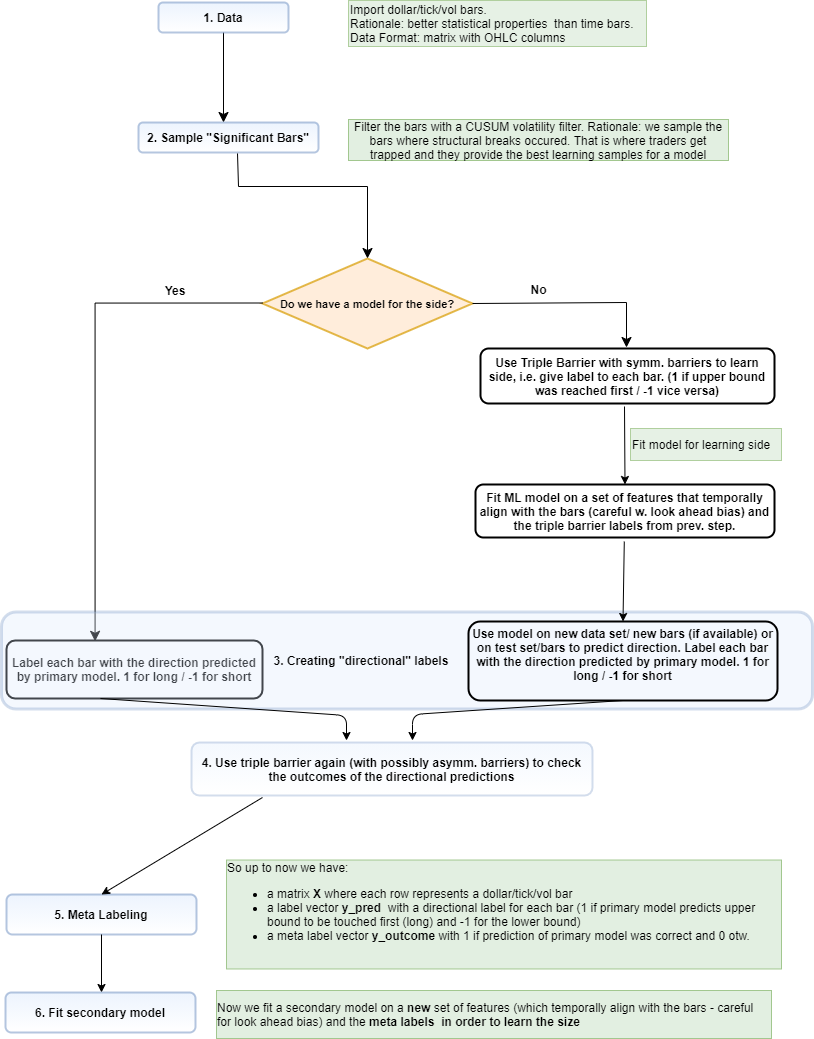
The draw.io diagram Graphics/overview.png in aarzt21/MasterThesisETHZ, before a commit. Source tidied: cells renumbered, new cells last; positions are measured from the earlier drawing's top-left corner, leaving out a move shared by most shapes.
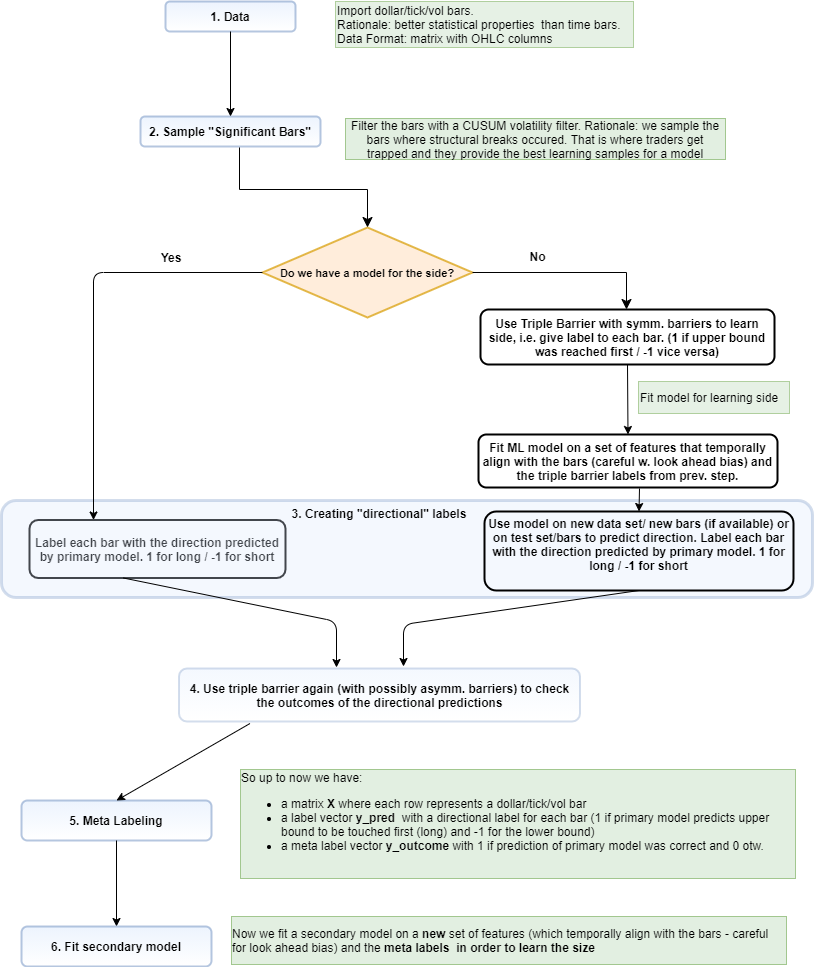
After the change.

What changed in the source:
```diff
@@ -2,130 +2,121 @@
   <root>
     <mxCell id="0" />
     <mxCell id="1" parent="0" />
-    <mxCell id="2" style="rounded=0;html=1;jettySize=auto;fontSize=11;endArrow=classic;endFill=1;endSize=8;strokeWidth=1;shadow=0;labelBackgroundColor=none;edgeStyle=orthogonalEdgeStyle;" parent="1" edge="1" source="3">
-      <mxGeometry relative="1" as="geometry">
-        <mxPoint x="222" y="122" as="targetPoint" />
-      </mxGeometry>
-    </mxCell>
     <mxCell id="3" value="&lt;b&gt;1. Data&lt;/b&gt;" style="rounded=1;whiteSpace=wrap;html=1;fontSize=12;glass=0;strokeWidth=2;shadow=0;fillColor=#dae8fc;strokeColor=#6c8ebf;gradientColor=#ffffff;opacity=50;" parent="1" vertex="1">
-      <mxGeometry x="157" y="2" width="130" height="30" as="geometry" />
+      <mxGeometry x="164" y="-48" width="130" height="30" as="geometry" />
     </mxCell>
     <mxCell id="4" value="Filter the bars with a CUSUM volatility filter. Rationale: we sample the bars where structural breaks occured. That is where traders get trapped and they provide the best learning samples for a model" style="text;html=1;strokeColor=#82b366;fillColor=#d5e8d4;align=center;verticalAlign=middle;whiteSpace=wrap;rounded=0;opacity=70;" parent="1" vertex="1">
-      <mxGeometry x="347" y="119" width="380" height="41" as="geometry" />
+      <mxGeometry x="344" y="69" width="380" height="41" as="geometry" />
     </mxCell>
     <mxCell id="5" value="Import dollar/tick/vol bars. &lt;br&gt;Rationale: better statistical properties&amp;nbsp; than time bars.&lt;br&gt;Data Format: matrix with OHLC columns" style="text;html=1;strokeColor=#82b366;fillColor=#d5e8d4;align=left;verticalAlign=middle;whiteSpace=wrap;rounded=0;opacity=60;" parent="1" vertex="1">
-      <mxGeometry x="347" width="298" height="46" as="geometry" />
+      <mxGeometry x="334" y="-48" width="298" height="46" as="geometry" />
     </mxCell>
     <mxCell id="6" value="&lt;b&gt;2. Sample &quot;Significant Bars&quot;&lt;/b&gt;" style="rounded=1;whiteSpace=wrap;html=1;fontSize=12;glass=0;strokeWidth=2;shadow=0;fillColor=#dae8fc;strokeColor=#6c8ebf;gradientColor=#ffffff;opacity=50;" parent="1" vertex="1">
-      <mxGeometry x="137" y="122" width="180" height="30" as="geometry" />
+      <mxGeometry x="139" y="67" width="180" height="30" as="geometry" />
     </mxCell>
     <mxCell id="7" value="&lt;font size=&quot;1&quot;&gt;&lt;b style=&quot;font-size: 11px&quot;&gt;Do we have a model for the side?&lt;/b&gt;&lt;/font&gt;" style="rhombus;whiteSpace=wrap;html=1;strokeWidth=2;opacity=70;fillColor=#ffe6cc;strokeColor=#d79b00;" parent="1" vertex="1">
-      <mxGeometry x="261" y="258" width="210" height="90" as="geometry" />
+      <mxGeometry x="261" y="178" width="210" height="90" as="geometry" />
     </mxCell>
-    <mxCell id="8" style="rounded=0;html=1;jettySize=auto;fontSize=11;endArrow=classic;endFill=1;endSize=8;strokeWidth=1;shadow=0;labelBackgroundColor=none;edgeStyle=orthogonalEdgeStyle;entryX=0.5;entryY=0;entryDx=0;entryDy=0;exitX=0.55;exitY=1.033;exitDx=0;exitDy=0;exitPerimeter=0;" parent="1" edge="1" source="6" target="7">
+    <mxCell id="8" style="rounded=0;html=1;jettySize=auto;fontSize=11;endArrow=classic;endFill=1;endSize=8;strokeWidth=1;shadow=0;labelBackgroundColor=none;edgeStyle=orthogonalEdgeStyle;exitX=0.55;exitY=1.033;exitDx=0;exitDy=0;exitPerimeter=0;" parent="1" edge="1" source="6">
       <mxGeometry relative="1" as="geometry">
+        <mxPoint x="366" y="178" as="targetPoint" />
         <Array as="points">
-          <mxPoint x="237" y="153" />
-          <mxPoint x="237" y="186" />
-          <mxPoint x="366" y="186" />
+          <mxPoint x="238" y="140" />
+          <mxPoint x="366" y="140" />
         </Array>
       </mxGeometry>
     </mxCell>
-    <mxCell id="9" style="rounded=0;html=1;jettySize=auto;fontSize=11;endArrow=classic;endFill=1;endSize=8;strokeWidth=1;shadow=0;labelBackgroundColor=none;edgeStyle=orthogonalEdgeStyle;entryX=0.346;entryY=0.014;entryDx=0;entryDy=0;entryPerimeter=0;" parent="1" edge="1" target="13">
-      <mxGeometry relative="1" as="geometry">
-        <mxPoint x="261" y="302.5" as="sourcePoint" />
-        <Array as="points">
-          <mxPoint x="94" y="303" />
-        </Array>
-      </mxGeometry>
-    </mxCell>
-    <mxCell id="10" style="rounded=0;html=1;jettySize=auto;fontSize=11;endArrow=classic;endFill=1;endSize=8;strokeWidth=1;shadow=0;labelBackgroundColor=none;edgeStyle=orthogonalEdgeStyle;exitX=1;exitY=0.5;exitDx=0;exitDy=0;" parent="1" edge="1" source="7">
+    <mxCell id="10" style="rounded=0;html=1;jettySize=auto;fontSize=11;endArrow=classic;endFill=1;endSize=8;strokeWidth=1;shadow=0;labelBackgroundColor=none;edgeStyle=orthogonalEdgeStyle;exitX=1;exitY=0.5;exitDx=0;exitDy=0;entryX=0.5;entryY=0;entryDx=0;entryDy=0;" parent="1" edge="1" source="7" target="14">
       <mxGeometry relative="1" as="geometry">
-        <mxPoint x="625" y="347" as="targetPoint" />
         <Array as="points">
-          <mxPoint x="471" y="302" />
-          <mxPoint x="625" y="302" />
+          <mxPoint x="625" y="223" />
         </Array>
       </mxGeometry>
     </mxCell>
     <mxCell id="11" value="&lt;b&gt;Yes&lt;/b&gt;" style="text;html=1;strokeColor=none;fillColor=none;align=center;verticalAlign=middle;whiteSpace=wrap;rounded=0;opacity=70;" parent="1" vertex="1">
-      <mxGeometry x="154" y="280" width="40" height="20" as="geometry" />
+      <mxGeometry x="150" y="198" width="40" height="20" as="geometry" />
     </mxCell>
     <mxCell id="12" value="&lt;b&gt;No&lt;/b&gt;" style="text;html=1;align=center;verticalAlign=middle;" parent="1" vertex="1">
-      <mxGeometry x="524" y="280" width="26" height="18" as="geometry" />
+      <mxGeometry x="523" y="198" width="26" height="18" as="geometry" />
     </mxCell>
     <mxCell id="13" value="&lt;b&gt;Label each bar with the direction predicted by primary model. 1 for long / -1 for short&lt;/b&gt;" style="rounded=1;whiteSpace=wrap;html=1;fontSize=12;glass=0;strokeWidth=2;shadow=0;" parent="1" vertex="1">
-      <mxGeometry x="5" y="640" width="256" height="58" as="geometry" />
+      <mxGeometry x="28" y="470.5" width="256" height="58" as="geometry" />
     </mxCell>
     <mxCell id="14" value="&lt;b&gt;Use Triple Barrier with symm. barriers to learn side, i.e. give label to each bar. (1 if upper bound was reached first / -1 vice versa)&lt;/b&gt;" style="rounded=1;whiteSpace=wrap;html=1;fontSize=12;glass=0;strokeWidth=2;shadow=0;" parent="1" vertex="1">
-      <mxGeometry x="479" y="348" width="294" height="55" as="geometry" />
+      <mxGeometry x="479" y="260" width="294" height="55" as="geometry" />
     </mxCell>
     <mxCell id="15" style="edgeStyle=orthogonalEdgeStyle;rounded=0;orthogonalLoop=1;jettySize=auto;html=1;exitX=0.5;exitY=1;exitDx=0;exitDy=0;endArrow=classic;endFill=1;strokeColor=#000000;strokeWidth=1;" parent="1" edge="1" source="7" target="7">
       <mxGeometry relative="1" as="geometry" />
     </mxCell>
     <mxCell id="16" style="rounded=1;whiteSpace=wrap;html=1;strokeWidth=3;opacity=30;strokeColor=#6c8ebf;fillColor=#dae8fc;" parent="1" vertex="1">
-      <mxGeometry y="611.5" width="811" height="97" as="geometry" />
+      <mxGeometry y="451" width="811" height="97" as="geometry" />
     </mxCell>
     <mxCell id="17" value="&lt;b&gt;3. Creating &quot;directional&quot; labels&lt;/b&gt;" style="text;html=1;strokeColor=none;fillColor=none;align=center;verticalAlign=middle;whiteSpace=wrap;rounded=0;opacity=30;" parent="1" vertex="1">
-      <mxGeometry x="230" y="650" width="260" height="20" as="geometry" />
+      <mxGeometry x="248" y="454" width="260" height="20" as="geometry" />
     </mxCell>
     <mxCell id="18" value="&lt;b&gt;5. Meta Labeling&lt;/b&gt;" style="rounded=1;whiteSpace=wrap;html=1;fontSize=12;glass=0;strokeWidth=2;shadow=0;fillColor=#dae8fc;strokeColor=#6c8ebf;gradientColor=#ffffff;opacity=50;" parent="1" vertex="1">
-      <mxGeometry x="5" y="894" width="190" height="40" as="geometry" />
+      <mxGeometry x="20" y="751" width="190" height="40" as="geometry" />
     </mxCell>
-    <mxCell id="19" style="endArrow=classic;html=1;strokeColor=#000000;strokeWidth=1;entryX=0.5;entryY=0;entryDx=0;entryDy=0;" parent="1" edge="1" target="20">
-      <mxGeometry relative="1" as="geometry">
-        <mxPoint x="623" y="406" as="sourcePoint" />
-      </mxGeometry>
+    <mxCell id="19" style="endArrow=classic;html=1;strokeColor=#000000;strokeWidth=1;entryX=0.5;entryY=0;entryDx=0;entryDy=0;exitX=0.5;exitY=1;exitDx=0;exitDy=0;" parent="1" edge="1" source="14" target="20">
+      <mxGeometry relative="1" as="geometry" />
     </mxCell>
     <mxCell id="20" value="&lt;b&gt;Fit ML model on a set of features that temporally align with the bars (careful w. look ahead bias) and the triple barrier labels from prev. step.&lt;/b&gt;" style="rounded=1;whiteSpace=wrap;html=1;strokeWidth=2;gradientColor=#ffffff;fillColor=none;" parent="1" vertex="1">
-      <mxGeometry x="474" y="484" width="299" height="53" as="geometry" />
+      <mxGeometry x="477" y="385" width="299" height="53" as="geometry" />
     </mxCell>
     <mxCell id="21" value="Fit model for learning side" style="text;html=1;strokeColor=#82b366;fillColor=#d5e8d4;align=left;verticalAlign=middle;whiteSpace=wrap;rounded=0;opacity=60;" parent="1" vertex="1">
-      <mxGeometry x="629" y="428" width="151" height="32" as="geometry" />
+      <mxGeometry x="637" y="332" width="151" height="32" as="geometry" />
     </mxCell>
     <mxCell id="22" style="endArrow=classic;html=1;strokeColor=#000000;strokeWidth=1;entryX=0.5;entryY=0;entryDx=0;entryDy=0;" parent="1" edge="1" target="23">
       <mxGeometry relative="1" as="geometry">
-        <mxPoint x="622.8" y="541" as="sourcePoint" />
+        <mxPoint x="638" y="439" as="sourcePoint" />
       </mxGeometry>
     </mxCell>
     <mxCell id="23" value="&lt;b&gt;Use model on new data set/ new bars (if available) or on test set/bars to predict direction.&amp;nbsp;&lt;/b&gt;&lt;b&gt;Label each bar with the direction predicted by primary model. 1 for long / -1 for short&lt;/b&gt;&lt;b&gt;&lt;br&gt;&lt;br&gt;&lt;/b&gt;" style="rounded=1;whiteSpace=wrap;html=1;strokeWidth=2;gradientColor=#ffffff;fillColor=none;" parent="1" vertex="1">
-      <mxGeometry x="467" y="621" width="309" height="79" as="geometry" />
+      <mxGeometry x="483" y="462" width="309" height="79" as="geometry" />
     </mxCell>
     <mxCell id="24" style="endArrow=classic;html=1;strokeColor=#000000;strokeWidth=1;exitX=0.177;exitY=1.038;exitDx=0;exitDy=0;exitPerimeter=0;entryX=0.5;entryY=0;entryDx=0;entryDy=0;" parent="1" edge="1" source="28" target="18">
       <mxGeometry relative="1" as="geometry" />
     </mxCell>
     <mxCell id="25" value="&lt;div style=&quot;text-align: left&quot;&gt;&lt;span&gt;So up to now we have:&lt;/span&gt;&lt;ul&gt;&lt;li&gt;a matrix &lt;b&gt;X&amp;nbsp;&lt;/b&gt;where each row represents a dollar/tick/vol bar&amp;nbsp;&lt;/li&gt;&lt;li&gt;a label vector &lt;b&gt;y_pred&amp;nbsp;&lt;/b&gt;&amp;nbsp;with a directional label for each bar&amp;nbsp;(1 if primary model predicts upper bound&amp;nbsp;to be touched first (long) and -1 for the lower bound)&lt;/li&gt;&lt;li&gt;a meta label vector &lt;b&gt;y_outcome &lt;/b&gt;with 1 if prediction of primary model was correct and 0 otw.&lt;/li&gt;&lt;/ul&gt;&lt;br&gt;&lt;/div&gt;" style="text;html=1;strokeColor=#82b366;fillColor=#d5e8d4;align=center;verticalAlign=middle;whiteSpace=wrap;rounded=0;opacity=70;" parent="1" vertex="1">
-      <mxGeometry x="225" y="859.5" width="555" height="109" as="geometry" />
+      <mxGeometry x="239" y="720" width="555" height="109" as="geometry" />
     </mxCell>
     <mxCell id="26" style="endArrow=classic;html=1;strokeColor=#000000;strokeWidth=1;exitX=0.367;exitY=1;exitDx=0;exitDy=0;exitPerimeter=0;" parent="1" edge="1" source="13">
       <mxGeometry relative="1" as="geometry">
-        <mxPoint x="345" y="740" as="targetPoint" />
+        <mxPoint x="335" y="618" as="targetPoint" />
         <Array as="points">
-          <mxPoint x="345" y="715" />
+          <mxPoint x="335" y="572" />
         </Array>
       </mxGeometry>
     </mxCell>
     <mxCell id="27" style="endArrow=classic;html=1;strokeColor=#000000;strokeWidth=1;exitX=0.5;exitY=1;exitDx=0;exitDy=0;" parent="1" edge="1" source="23">
       <mxGeometry relative="1" as="geometry">
-        <mxPoint x="411" y="740" as="targetPoint" />
+        <mxPoint x="402" y="617" as="targetPoint" />
         <Array as="points">
-          <mxPoint x="411" y="714" />
+          <mxPoint x="402" y="575" />
         </Array>
       </mxGeometry>
     </mxCell>
     <mxCell id="28" value="&lt;b&gt;4. Use triple barrier again (with possibly asymm. barriers) to check the outcomes of the directional predictions&lt;/b&gt;" style="rounded=1;whiteSpace=wrap;html=1;strokeWidth=2;fillColor=#dae8fc;strokeColor=#6c8ebf;gradientColor=#ffffff;opacity=30;" parent="1" vertex="1">
-      <mxGeometry x="190" y="742" width="401" height="53" as="geometry" />
+      <mxGeometry x="177.5" y="619" width="401" height="53" as="geometry" />
     </mxCell>
-    <mxCell id="29" style="endArrow=classic;html=1;strokeColor=#000000;strokeWidth=1;exitX=0.5;exitY=1;exitDx=0;exitDy=0;" parent="1" edge="1" source="18">
-      <mxGeometry relative="1" as="geometry">
-        <mxPoint x="100" y="992" as="targetPoint" />
-      </mxGeometry>
+    <mxCell id="29" style="endArrow=classic;html=1;strokeColor=#000000;strokeWidth=1;exitX=0.5;exitY=1;exitDx=0;exitDy=0;entryX=0.5;entryY=0;entryDx=0;entryDy=0;" parent="1" edge="1" source="18" target="30">
+      <mxGeometry relative="1" as="geometry" />
     </mxCell>
     <mxCell id="30" value="&lt;b&gt;6. Fit secondary model&lt;/b&gt;" style="rounded=1;whiteSpace=wrap;html=1;fontSize=12;glass=0;strokeWidth=2;shadow=0;fillColor=#dae8fc;strokeColor=#6c8ebf;gradientColor=#ffffff;opacity=50;" parent="1" vertex="1">
-      <mxGeometry x="4" y="992" width="190" height="40" as="geometry" />
+      <mxGeometry x="20" y="877" width="190" height="40" as="geometry" />
     </mxCell>
     <mxCell id="31" value="&lt;div style=&quot;text-align: left&quot;&gt;Now we fit a secondary model on a &lt;b&gt;new &lt;/b&gt;set of features (which temporally align with the bars - careful for look ahead bias) and the &lt;b&gt;meta labels&amp;nbsp; in order to learn the size&lt;/b&gt;&lt;/div&gt;" style="text;html=1;strokeColor=#82b366;fillColor=#d5e8d4;align=center;verticalAlign=middle;whiteSpace=wrap;rounded=0;opacity=70;" parent="1" vertex="1">
-      <mxGeometry x="215" y="990" width="555" height="48" as="geometry" />
+      <mxGeometry x="230" y="867" width="555" height="48" as="geometry" />
     </mxCell>
+    <mxCell id="32" style="endArrow=classic;html=1;strokeColor=#000000;strokeWidth=1;entryX=0.5;entryY=0;entryDx=0;entryDy=0;exitX=0.5;exitY=1;exitDx=0;exitDy=0;" parent="1" edge="1" source="3" target="6">
+      <mxGeometry relative="1" as="geometry" />
+    </mxCell>
+    <mxCell id="33" style="endArrow=classic;html=1;strokeColor=#000000;strokeWidth=1;exitX=0;exitY=0.5;exitDx=0;exitDy=0;entryX=0.25;entryY=0;entryDx=0;entryDy=0;" parent="1" edge="1" source="7" target="13">
+      <mxGeometry relative="1" as="geometry">
+        <Array as="points">
+          <mxPoint x="92" y="223" />
+        </Array>
+      </mxGeometry>
+    </mxCell>
   </root>
 </mxGraphModel>
```
